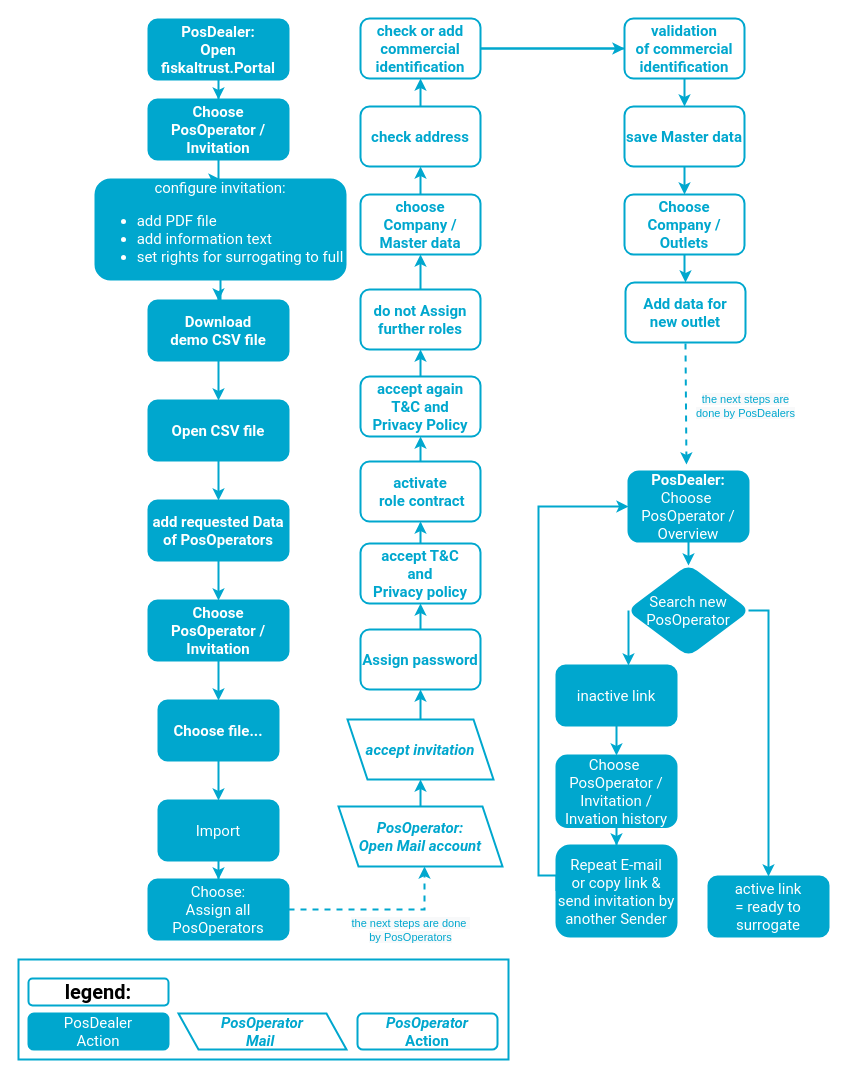
Above: getting-started/operator-onboarding/images/sources/onboarding-bulk.drawio in fiskaltrust/rollout-doc (draw.io), before the change. Source tidied: cells renumbered, new cells numbered last; positions are measured from the earlier drawing's top-left corner, leaving out a move shared by most shapes. Both pictures are drawn from the tidied source at 100%, with x=0, y=0 at pixel (18, 18).
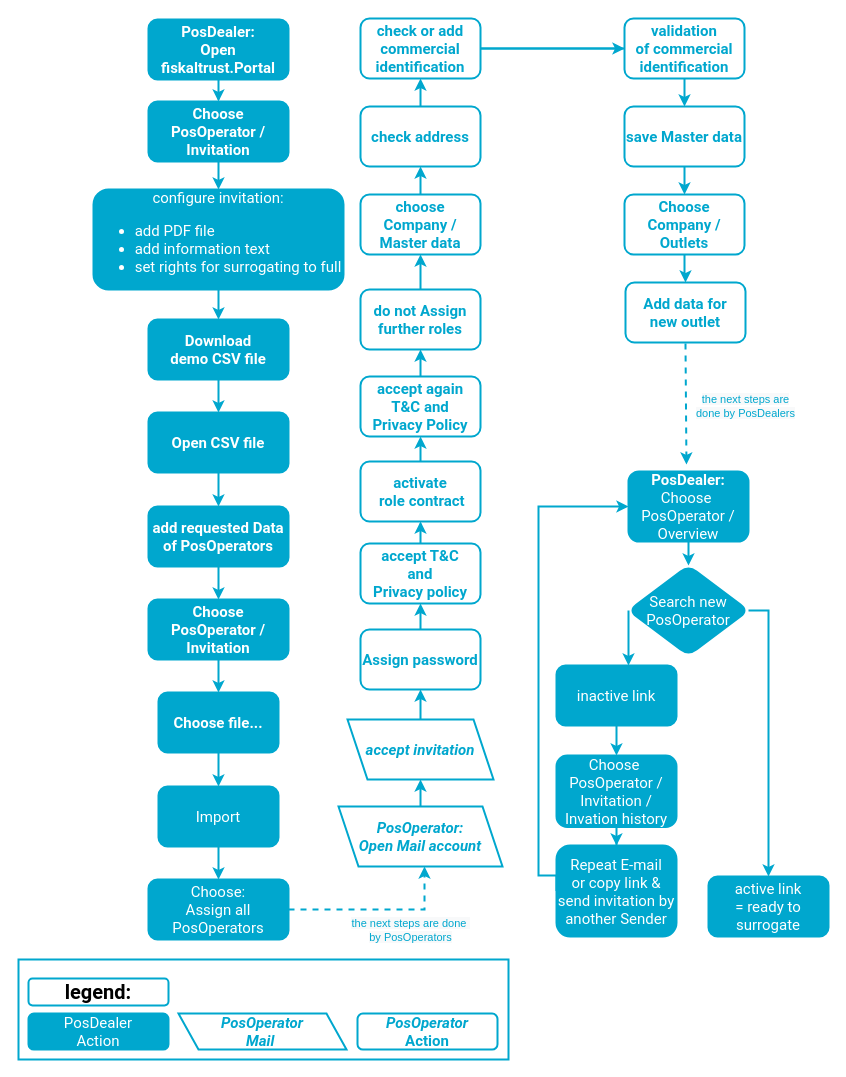
After the change.

Commit message (it also covers changes not shown here):
49787 additions onboarding

The edit, as a diff of the source:
```diff
@@
-    <mxCell id="4" style="edgeStyle=orthogonalEdgeStyle;rounded=0;jettySize=auto;html=1;strokeColor=#00A7CE;fontStyle=1;strokeWidth=2;" parent="1" edge="1" source="5" target="19">
+    <mxCell id="4" style="edgeStyle=orthogonalEdgeStyle;shape=connector;rounded=0;jettySize=auto;html=1;labelBackgroundColor=default;fontFamily=Roboto;fontSize=24;fontColor=#00A7CE;endArrow=classic;strokeColor=#00A7CE;strokeWidth=2;" parent="1" edge="1" source="5" target="19">
       <mxGeometry relative="1" as="geometry" />
     </mxCell>
     <mxCell id="5" value="Choose&lt;br&gt;PosOperator / Invitation" style="whiteSpace=wrap;html=1;rounded=1;fontFamily=Roboto;fontSize=15;fontColor=#FFFFFF;strokeColor=#00A7CE;fillColor=#00A7CE;fontStyle=1;strokeWidth=2;" parent="1" vertex="1">
-      <mxGeometry x="130" y="81" width="140" height="60" as="geometry" />
+      <mxGeometry x="130" y="83" width="140" height="60" as="geometry" />
     </mxCell>
@@
     <mxCell id="7" value="Download &lt;br&gt;demo CSV file" style="whiteSpace=wrap;html=1;rounded=1;fontFamily=Roboto;fontSize=15;fontColor=#FFFFFF;strokeColor=#00A7CE;fillColor=#00A7CE;fontStyle=1;strokeWidth=2;" parent="1" vertex="1">
-      <mxGeometry x="130" y="282" width="140" height="60" as="geometry" />
+      <mxGeometry x="130" y="301" width="140" height="60" as="geometry" />
     </mxCell>
@@
     <mxCell id="9" value="Open CSV file" style="whiteSpace=wrap;html=1;rounded=1;fontColor=#FFFFFF;strokeColor=#00A7CE;fillColor=#00A7CE;fontFamily=Roboto;fontSize=15;fontStyle=1;strokeWidth=2;" parent="1" vertex="1">
-      <mxGeometry x="130" y="382" width="140" height="60" as="geometry" />
+      <mxGeometry x="130" y="394" width="140" height="60" as="geometry" />
     </mxCell>
@@
     <mxCell id="11" value="add requested Data of PosOperators" style="whiteSpace=wrap;html=1;rounded=1;fontColor=#FFFFFF;strokeColor=#00A7CE;fillColor=#00A7CE;fontFamily=Roboto;fontSize=15;fontStyle=1;strokeWidth=2;" parent="1" vertex="1">
-      <mxGeometry x="130" y="482" width="140" height="60" as="geometry" />
+      <mxGeometry x="130" y="488" width="140" height="60" as="geometry" />
     </mxCell>
@@
     <mxCell id="13" value="Choose&lt;br&gt;PosOperator / Invitation" style="whiteSpace=wrap;html=1;rounded=1;fontFamily=Roboto;fontSize=15;fontColor=#FFFFFF;strokeColor=#00A7CE;fillColor=#00A7CE;fontStyle=1;strokeWidth=2;" parent="1" vertex="1">
-      <mxGeometry x="130" y="582" width="140" height="60" as="geometry" />
+      <mxGeometry x="130" y="581" width="140" height="60" as="geometry" />
     </mxCell>
@@
     <mxCell id="15" value="Choose file..." style="whiteSpace=wrap;html=1;rounded=1;fontFamily=Roboto;fontSize=15;fontColor=#FFFFFF;strokeColor=#00A7CE;fillColor=#00A7CE;fontStyle=1;strokeWidth=2;" parent="1" vertex="1">
-      <mxGeometry x="140" y="682" width="120" height="60" as="geometry" />
+      <mxGeometry x="140" y="674" width="120" height="60" as="geometry" />
     </mxCell>
@@
     <mxCell id="17" value="Import" style="whiteSpace=wrap;html=1;rounded=1;fontFamily=Roboto;fontSize=15;fontColor=#FFFFFF;strokeColor=#00A7CE;fillColor=#00A7CE;strokeWidth=2;" parent="1" vertex="1">
-      <mxGeometry x="140" y="782" width="120" height="60" as="geometry" />
+      <mxGeometry x="140" y="768" width="120" height="60" as="geometry" />
     </mxCell>
@@
     <mxCell id="19" value="configure invitation:&lt;br&gt;&lt;ul&gt;&lt;li style=&quot;text-align: left&quot;&gt;&lt;span&gt;add PDF file&lt;/span&gt;&lt;br&gt;&lt;/li&gt;&lt;li style=&quot;text-align: left&quot;&gt;add information&amp;nbsp;text&lt;/li&gt;&lt;li style=&quot;text-align: left&quot;&gt;set rights for surrogating to full&lt;/li&gt;&lt;/ul&gt;" style="whiteSpace=wrap;html=1;rounded=1;fontFamily=Roboto;fontSize=15;fontColor=#FFFFFF;strokeColor=#00A7CE;fillColor=#00A7CE;strokeWidth=2;" parent="1" vertex="1">
-      <mxGeometry x="77" y="161" width="250" height="100" as="geometry" />
+      <mxGeometry x="75" y="171" width="250" height="100" as="geometry" />
     </mxCell>
```
